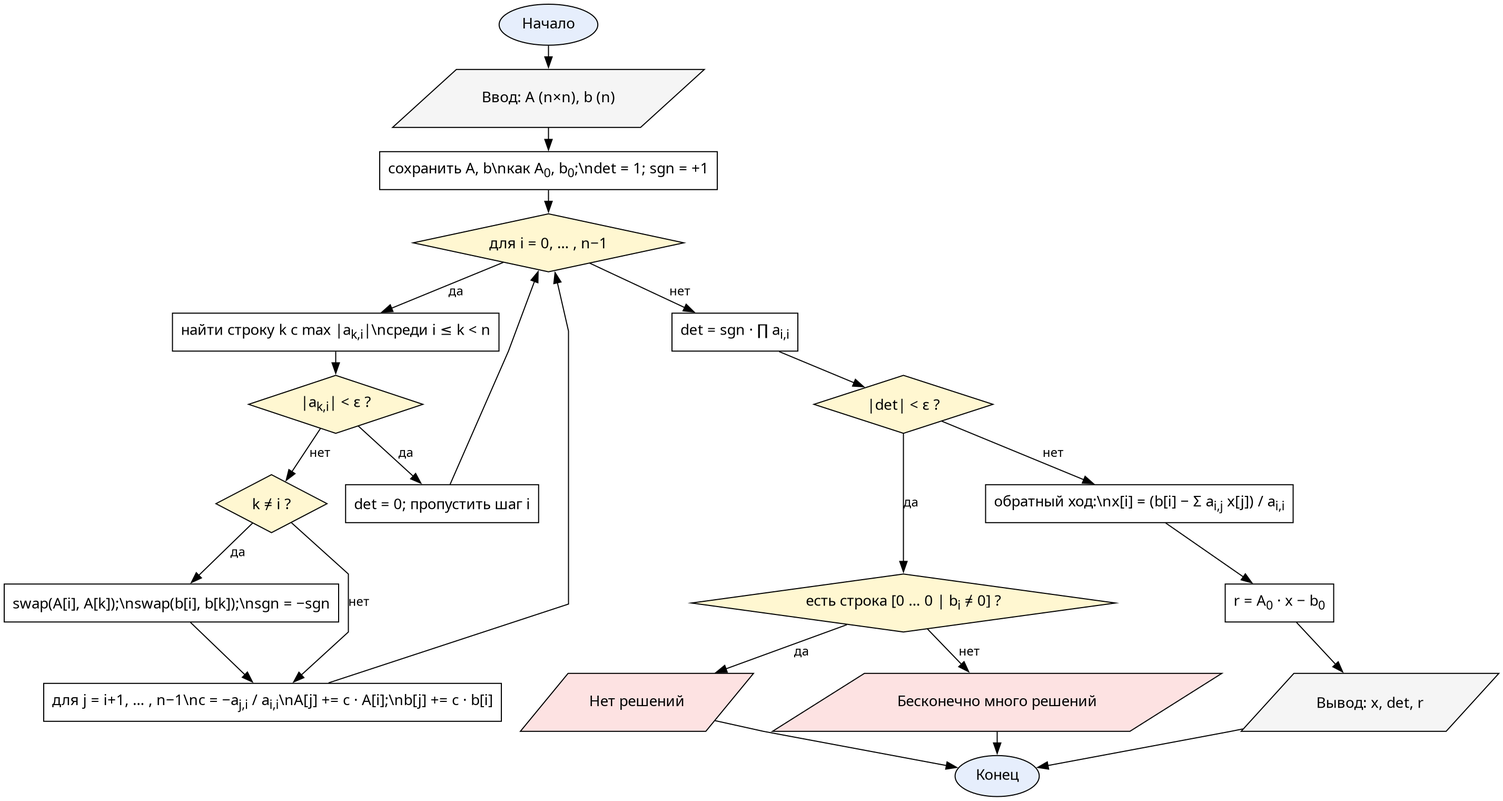
The Graphviz diagram reports/resources/flowcharts/gauss.png in Oriptal/calc-math-lab2, before a commit. Its source is kept beside it as reports/resources/flowcharts/gauss.dot. Its diagram source:
```dot
digraph Gauss {
  graph [fontname="CMU Serif", rankdir=TB, nodesep=0.25, ranksep=0.3, splines=polyline]
  node  [fontname="CMU Serif", fontsize=14, style="filled", fillcolor="#ffffff", color="#000000"]
  edge  [fontname="CMU Serif", fontsize=12, color="#000000"]

  start [label="Начало", shape=oval, fillcolor="#e6eefc"]
  input [label="Ввод: A (n×n), b (n)", shape=parallelogram, fillcolor="#f5f5f5"]
  init  [label=<сохранить A, b\nкак A<SUB>0</SUB>, b<SUB>0</SUB>;\ndet = 1; sgn = +1>, shape=box]

  iLoop [label=<для i = 0, … , n−1>, shape=diamond, fillcolor="#fff7d1"]
  pivot [label=<найти строку k с max |a<SUB>k,i</SUB>|\nсреди i ≤ k &lt; n>, shape=box]
  chkPivot [label=<|a<SUB>k,i</SUB>| &lt; ε ?>, shape=diamond, fillcolor="#fff7d1"]
  setDetZero [label=<det = 0; пропустить шаг i>, shape=box]
  chkSwap [label=<k ≠ i ?>, shape=diamond, fillcolor="#fff7d1"]
  swap [label=<swap(A[i], A[k]);\nswap(b[i], b[k]);\nsgn = −sgn>, shape=box]
  elim [label=<для j = i+1, … , n−1\nc = −a<SUB>j,i</SUB> / a<SUB>i,i</SUB>\nA[j] += c · A[i];\nb[j] += c · b[i]>, shape=box]

  detComp [label=<det = sgn · ∏ a<SUB>i,i</SUB>>, shape=box]
  chkDet [label=<|det| &lt; ε ?>, shape=diamond, fillcolor="#fff7d1"]
  classify [label=<есть строка [0 … 0 | b<SUB>i</SUB> ≠ 0] ?>, shape=diamond, fillcolor="#fff7d1"]
  noSol [label="Нет решений", shape=parallelogram, fillcolor="#fde2e2"]
  infSol [label="Бесконечно много решений", shape=parallelogram, fillcolor="#fde2e2"]

  back [label=<обратный ход:\nx[i] = (b[i] − Σ a<SUB>i,j</SUB> x[j]) / a<SUB>i,i</SUB>>, shape=box]
  resid [label=<r = A<SUB>0</SUB> · x − b<SUB>0</SUB>>, shape=box]
  output [label=<Вывод: x, det, r>, shape=parallelogram, fillcolor="#f5f5f5"]
  stop  [label="Конец", shape=oval, fillcolor="#e6eefc"]

  start -> input -> init -> iLoop
  iLoop -> pivot [label="да"]
  pivot -> chkPivot
  chkPivot -> setDetZero [label="да"]
  setDetZero -> iLoop
  chkPivot -> chkSwap [label="нет"]
  chkSwap -> swap [label="да"]
  chkSwap -> elim [label="нет"]
  swap -> elim
  elim -> iLoop
  iLoop -> detComp [label="нет"]
  detComp -> chkDet
  chkDet -> classify [label="да"]
  classify -> noSol [label="да"]
  classify -> infSol [label="нет"]
  noSol -> stop
  infSol -> stop
  chkDet -> back [label="нет"]
  back -> resid -> output -> stop
}
```
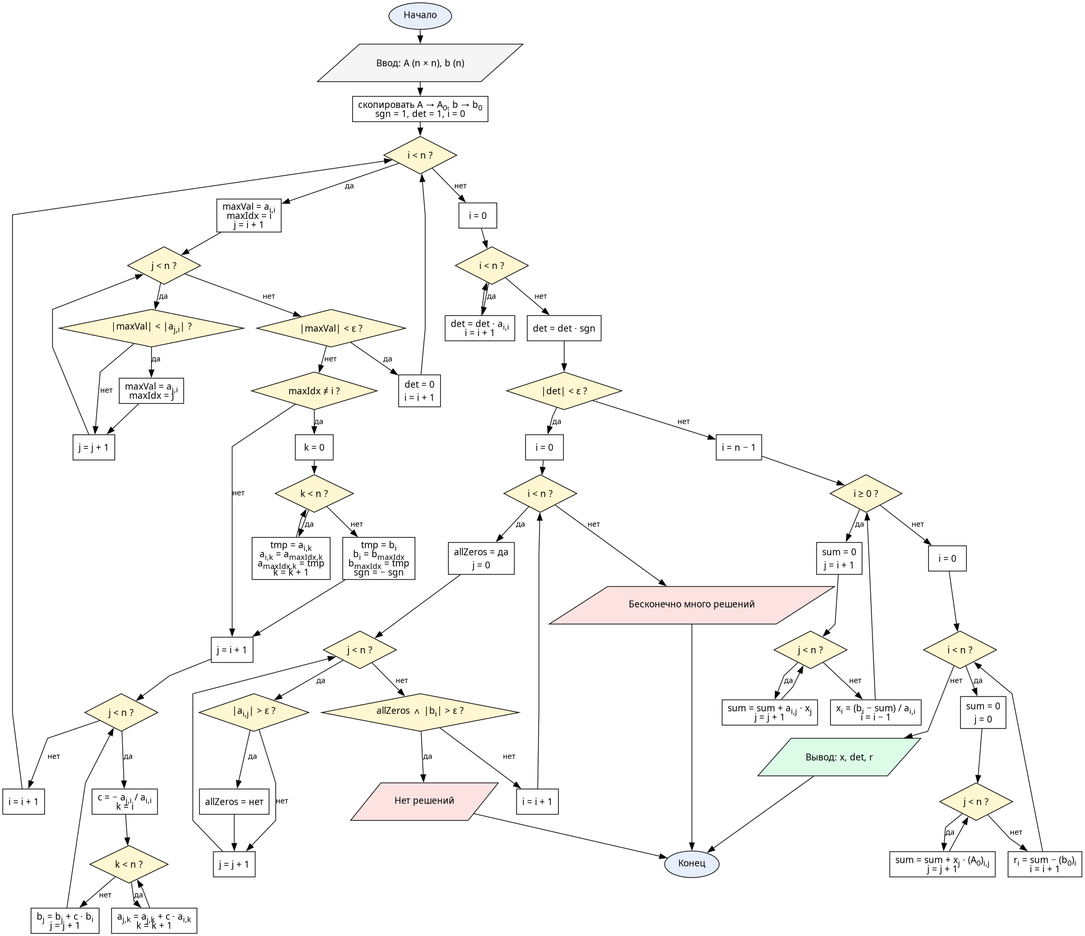
The same file after the commit.

Diff of the diagram source:
```diff
@@ -1,48 +1,142 @@
 digraph Gauss {
-  graph [fontname="CMU Serif", rankdir=TB, nodesep=0.25, ranksep=0.3, splines=polyline]
-  node  [fontname="CMU Serif", fontsize=14, style="filled", fillcolor="#ffffff", color="#000000"]
-  edge  [fontname="CMU Serif", fontsize=12, color="#000000"]
+  graph [fontname="CMU Serif", rankdir=TB, nodesep=0.25, ranksep=0.28, splines=polyline]
+  node  [fontname="CMU Serif", fontsize=13, style="filled", fillcolor="#ffffff", color="#000000"]
+  edge  [fontname="CMU Serif", fontsize=11, color="#000000"]
 
-  start [label="Начало", shape=oval, fillcolor="#e6eefc"]
-  input [label="Ввод: A (n×n), b (n)", shape=parallelogram, fillcolor="#f5f5f5"]
-  init  [label=<сохранить A, b\nкак A<SUB>0</SUB>, b<SUB>0</SUB>;\ndet = 1; sgn = +1>, shape=box]
+  start  [label="Начало", shape=oval, fillcolor="#e6eefc"]
+  input  [label=<Ввод: A (n × n), b (n)>, shape=parallelogram, fillcolor="#f5f5f5"]
+  copy   [label=<скопировать A → A<SUB>0</SUB>, b → b<SUB>0</SUB><BR/>sgn = 1, det = 1, i = 0>, shape=box]
 
-  iLoop [label=<для i = 0, … , n−1>, shape=diamond, fillcolor="#fff7d1"]
-  pivot [label=<найти строку k с max |a<SUB>k,i</SUB>|\nсреди i ≤ k &lt; n>, shape=box]
-  chkPivot [label=<|a<SUB>k,i</SUB>| &lt; ε ?>, shape=diamond, fillcolor="#fff7d1"]
-  setDetZero [label=<det = 0; пропустить шаг i>, shape=box]
-  chkSwap [label=<k ≠ i ?>, shape=diamond, fillcolor="#fff7d1"]
-  swap [label=<swap(A[i], A[k]);\nswap(b[i], b[k]);\nsgn = −sgn>, shape=box]
-  elim [label=<для j = i+1, … , n−1\nc = −a<SUB>j,i</SUB> / a<SUB>i,i</SUB>\nA[j] += c · A[i];\nb[j] += c · b[i]>, shape=box]
+  outChk [label=<i &lt; n ?>, shape=diamond, fillcolor="#fff7d1"]
+  initMx [label=<maxVal = a<SUB>i,i</SUB><BR/>maxIdx = i<BR/>j = i + 1>, shape=box]
 
-  detComp [label=<det = sgn · ∏ a<SUB>i,i</SUB>>, shape=box]
-  chkDet [label=<|det| &lt; ε ?>, shape=diamond, fillcolor="#fff7d1"]
-  classify [label=<есть строка [0 … 0 | b<SUB>i</SUB> ≠ 0] ?>, shape=diamond, fillcolor="#fff7d1"]
-  noSol [label="Нет решений", shape=parallelogram, fillcolor="#fde2e2"]
-  infSol [label="Бесконечно много решений", shape=parallelogram, fillcolor="#fde2e2"]
+  mxChk  [label=<j &lt; n ?>, shape=diamond, fillcolor="#fff7d1"]
+  mxCmp  [label=<|maxVal| &lt; |a<SUB>j,i</SUB>| ?>, shape=diamond, fillcolor="#fff7d1"]
+  mxUpd  [label=<maxVal = a<SUB>j,i</SUB><BR/>maxIdx = j>, shape=box]
+  mxInc  [label=<j = j + 1>, shape=box]
 
-  back [label=<обратный ход:\nx[i] = (b[i] − Σ a<SUB>i,j</SUB> x[j]) / a<SUB>i,i</SUB>>, shape=box]
-  resid [label=<r = A<SUB>0</SUB> · x − b<SUB>0</SUB>>, shape=box]
-  output [label=<Вывод: x, det, r>, shape=parallelogram, fillcolor="#f5f5f5"]
-  stop  [label="Конец", shape=oval, fillcolor="#e6eefc"]
+  pivChk [label=<|maxVal| &lt; ε ?>, shape=diamond, fillcolor="#fff7d1"]
+  setD0  [label=<det = 0<BR/>i = i + 1>, shape=box]
 
-  start -> input -> init -> iLoop
-  iLoop -> pivot [label="да"]
-  pivot -> chkPivot
-  chkPivot -> setDetZero [label="да"]
-  setDetZero -> iLoop
-  chkPivot -> chkSwap [label="нет"]
-  chkSwap -> swap [label="да"]
-  chkSwap -> elim [label="нет"]
-  swap -> elim
-  elim -> iLoop
-  iLoop -> detComp [label="нет"]
-  detComp -> chkDet
-  chkDet -> classify [label="да"]
-  classify -> noSol [label="да"]
-  classify -> infSol [label="нет"]
-  noSol -> stop
-  infSol -> stop
-  chkDet -> back [label="нет"]
-  back -> resid -> output -> stop
+  swChk  [label=<maxIdx ≠ i ?>, shape=diamond, fillcolor="#fff7d1"]
+  swInit [label=<k = 0>, shape=box]
+  swLoop [label=<k &lt; n ?>, shape=diamond, fillcolor="#fff7d1"]
+  swBody [label=<tmp = a<SUB>i,k</SUB><BR/>a<SUB>i,k</SUB> = a<SUB>maxIdx,k</SUB><BR/>a<SUB>maxIdx,k</SUB> = tmp<BR/>k = k + 1>, shape=box]
+  swBvec [label=<tmp = b<SUB>i</SUB><BR/>b<SUB>i</SUB> = b<SUB>maxIdx</SUB><BR/>b<SUB>maxIdx</SUB> = tmp<BR/>sgn = − sgn>, shape=box]
+
+  elInit [label=<j = i + 1>, shape=box]
+  elJChk [label=<j &lt; n ?>, shape=diamond, fillcolor="#fff7d1"]
+  elC    [label=<c = − a<SUB>j,i</SUB> / a<SUB>i,i</SUB><BR/>k = i>, shape=box]
+  elKChk [label=<k &lt; n ?>, shape=diamond, fillcolor="#fff7d1"]
+  elKBdy [label=<a<SUB>j,k</SUB> = a<SUB>j,k</SUB> + c · a<SUB>i,k</SUB><BR/>k = k + 1>, shape=box]
+  elBvec [label=<b<SUB>j</SUB> = b<SUB>j</SUB> + c · b<SUB>i</SUB><BR/>j = j + 1>, shape=box]
+  outInc [label=<i = i + 1>, shape=box]
+
+  detInit [label=<i = 0>, shape=box]
+  detChk  [label=<i &lt; n ?>, shape=diamond, fillcolor="#fff7d1"]
+  detBdy  [label=<det = det · a<SUB>i,i</SUB><BR/>i = i + 1>, shape=box]
+  detSgn  [label=<det = det · sgn>, shape=box]
+
+  clsChk  [label=<|det| &lt; ε ?>, shape=diamond, fillcolor="#fff7d1"]
+  clsIn   [label=<i = 0>, shape=box]
+  clsIChk [label=<i &lt; n ?>, shape=diamond, fillcolor="#fff7d1"]
+  clsAll  [label=<allZeros = да<BR/>j = 0>, shape=box]
+  clsJChk [label=<j &lt; n ?>, shape=diamond, fillcolor="#fff7d1"]
+  clsJBdy [label=<|a<SUB>i,j</SUB>| &gt; ε ?>, shape=diamond, fillcolor="#fff7d1"]
+  clsJNo  [label=<allZeros = нет>, shape=box]
+  clsJInc [label=<j = j + 1>, shape=box]
+  clsRow  [label=<allZeros ∧ |b<SUB>i</SUB>| &gt; ε ?>, shape=diamond, fillcolor="#fff7d1"]
+  clsIInc [label=<i = i + 1>, shape=box]
+  noSol   [label="Нет решений", shape=parallelogram, fillcolor="#fde2e2"]
+  infSol  [label="Бесконечно много решений", shape=parallelogram, fillcolor="#fde2e2"]
+
+  bkInit [label=<i = n − 1>, shape=box]
+  bkChk  [label=<i ≥ 0 ?>, shape=diamond, fillcolor="#fff7d1"]
+  bkSum  [label=<sum = 0<BR/>j = i + 1>, shape=box]
+  bkJChk [label=<j &lt; n ?>, shape=diamond, fillcolor="#fff7d1"]
+  bkJBdy [label=<sum = sum + a<SUB>i,j</SUB> · x<SUB>j</SUB><BR/>j = j + 1>, shape=box]
+  bkSet  [label=<x<SUB>i</SUB> = (b<SUB>i</SUB> − sum) / a<SUB>i,i</SUB><BR/>i = i − 1>, shape=box]
+
+  rsInit [label=<i = 0>, shape=box]
+  rsIChk [label=<i &lt; n ?>, shape=diamond, fillcolor="#fff7d1"]
+  rsSum  [label=<sum = 0<BR/>j = 0>, shape=box]
+  rsJChk [label=<j &lt; n ?>, shape=diamond, fillcolor="#fff7d1"]
+  rsJBdy [label=<sum = sum + x<SUB>j</SUB> · (A<SUB>0</SUB>)<SUB>i,j</SUB><BR/>j = j + 1>, shape=box]
+  rsSet  [label=<r<SUB>i</SUB> = sum − (b<SUB>0</SUB>)<SUB>i</SUB><BR/>i = i + 1>, shape=box]
+
+  output [label=<Вывод: x, det, r>, shape=parallelogram, fillcolor="#dcfce7"]
+  stop   [label="Конец", shape=oval, fillcolor="#e6eefc"]
+
+  start -> input -> copy -> outChk
+  outChk -> initMx [label="да"]
+  initMx -> mxChk
+  mxChk  -> mxCmp [label="да"]
+  mxCmp  -> mxUpd [label="да"]
+  mxCmp  -> mxInc [label="нет"]
+  mxUpd  -> mxInc
+  mxInc  -> mxChk
+  mxChk  -> pivChk [label="нет"]
+  pivChk -> setD0 [label="да"]
+  setD0  -> outChk
+  pivChk -> swChk [label="нет"]
+  swChk  -> swInit [label="да"]
+  swInit -> swLoop
+  swLoop -> swBody [label="да"]
+  swBody -> swLoop
+  swLoop -> swBvec [label="нет"]
+  swBvec -> elInit
+  swChk  -> elInit [label="нет"]
+  elInit -> elJChk
+  elJChk -> elC [label="да"]
+  elC    -> elKChk
+  elKChk -> elKBdy [label="да"]
+  elKBdy -> elKChk
+  elKChk -> elBvec [label="нет"]
+  elBvec -> elJChk
+  elJChk -> outInc [label="нет"]
+  outInc -> outChk
+  outChk -> detInit [label="нет"]
+
+  detInit -> detChk
+  detChk  -> detBdy [label="да"]
+  detBdy  -> detChk
+  detChk  -> detSgn [label="нет"]
+  detSgn  -> clsChk
+
+  clsChk  -> clsIn [label="да"]
+  clsChk  -> bkInit [label="нет"]
+  clsIn   -> clsIChk
+  clsIChk -> clsAll [label="да"]
+  clsAll  -> clsJChk
+  clsJChk -> clsJBdy [label="да"]
+  clsJBdy -> clsJNo [label="да"]
+  clsJBdy -> clsJInc [label="нет"]
+  clsJNo  -> clsJInc
+  clsJInc -> clsJChk
+  clsJChk -> clsRow [label="нет"]
+  clsRow  -> noSol [label="да"]
+  clsRow  -> clsIInc [label="нет"]
+  clsIInc -> clsIChk
+  clsIChk -> infSol [label="нет"]
+  noSol   -> stop
+  infSol  -> stop
+
+  bkInit -> bkChk
+  bkChk  -> bkSum [label="да"]
+  bkSum  -> bkJChk
+  bkJChk -> bkJBdy [label="да"]
+  bkJBdy -> bkJChk
+  bkJChk -> bkSet [label="нет"]
+  bkSet  -> bkChk
+  bkChk  -> rsInit [label="нет"]
+
+  rsInit -> rsIChk
+  rsIChk -> rsSum [label="да"]
+  rsSum  -> rsJChk
+  rsJChk -> rsJBdy [label="да"]
+  rsJBdy -> rsJChk
+  rsJChk -> rsSet [label="нет"]
+  rsSet  -> rsIChk
+  rsIChk -> output [label="нет"]
+  output -> stop
 }
```
